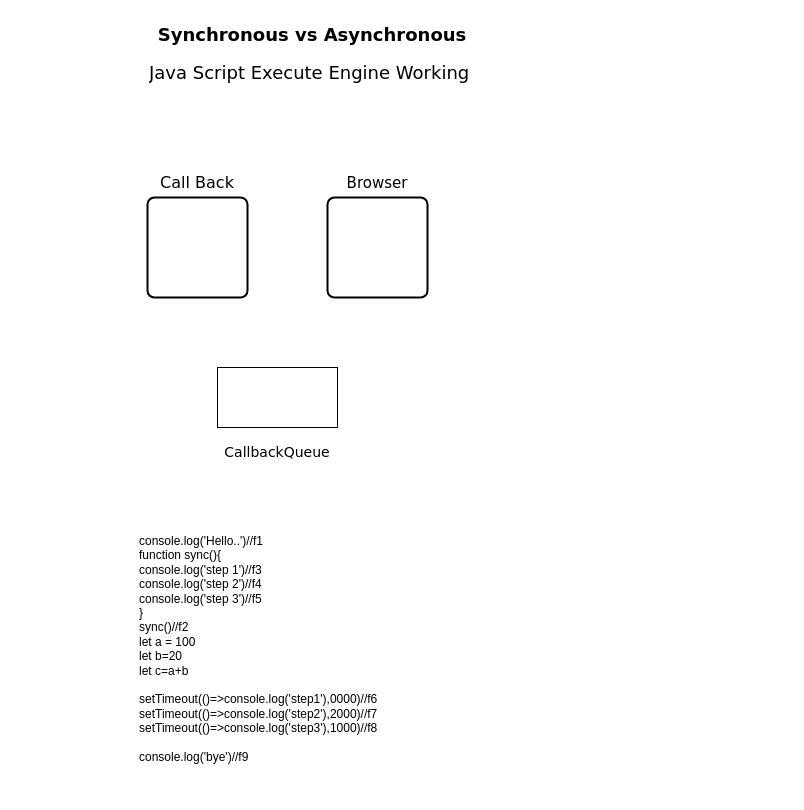
Above: synchronousVsAsynchronous/Untitled Diagram.drawio in varghese25/javascript_pro (draw.io), before the change. Source tidied: cells renumbered, new cells numbered last; positions are measured from the earlier drawing's top-left corner, leaving out a move shared by most shapes. Both pictures are drawn from the tidied source at 100%, with x=0, y=0 at pixel (107, 17).
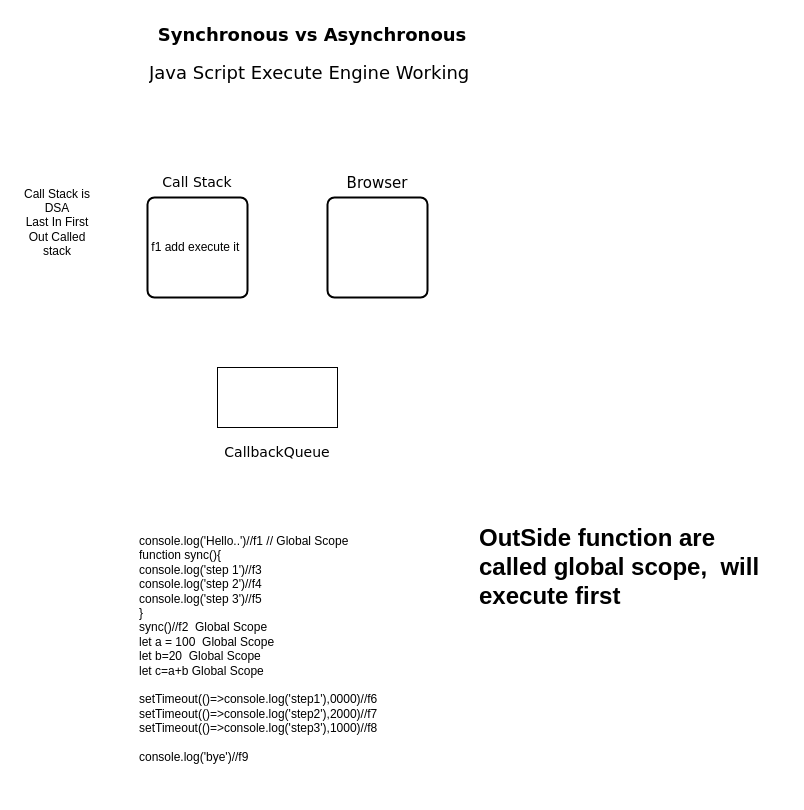
Above is the later version.

Diff of the diagram source:
```diff
@@
 <mxGraphModel>
   <root>
     <mxCell id="0" />
     <mxCell id="1" parent="0" />
-    <mxCell id="2" style="rounded=1;whiteSpace=wrap;html=1;absoluteArcSize=1;arcSize=14;strokeWidth=2;" parent="1" vertex="1">
+    <mxCell id="2" value="f1 add execute it&amp;nbsp;" style="rounded=1;whiteSpace=wrap;html=1;absoluteArcSize=1;arcSize=14;strokeWidth=2;" parent="1" vertex="1">
       <mxGeometry x="40" y="180" width="100" height="100" as="geometry" />
     </mxCell>
     <mxCell id="3" style="rounded=1;whiteSpace=wrap;html=1;absoluteArcSize=1;arcSize=14;strokeWidth=2;" parent="1" vertex="1">
       <mxGeometry x="220" y="180" width="100" height="100" as="geometry" />
     </mxCell>
     <mxCell id="4" style="rounded=0;whiteSpace=wrap;html=1;labelBackgroundColor=none;fontStyle=0;" parent="1" vertex="1">
       <mxGeometry x="110" y="350" width="120" height="60" as="geometry" />
     </mxCell>
-    <mxCell id="5" value="Call Back" style="text;html=1;align=center;verticalAlign=middle;whiteSpace=wrap;rounded=0;fontSize=16;fontFamily=Verdana;" parent="1" vertex="1">
+    <mxCell id="5" value="Call Stack" style="text;html=1;align=center;verticalAlign=middle;whiteSpace=wrap;rounded=0;fontSize=14;fontFamily=Verdana;" parent="1" vertex="1">
       <mxGeometry x="50" y="150" width="80" height="30" as="geometry" />
     </mxCell>
     <mxCell id="6" value="&lt;h4 style=&quot;margin-top: 0px;&quot;&gt;&lt;font style=&quot;font-size: 18px;&quot; face=&quot;Verdana&quot;&gt;Synchronous vs Asynchronous&lt;/font&gt;&lt;/h4&gt;&lt;div&gt;&lt;font style=&quot;font-size: 18px;&quot; face=&quot;Verdana&quot;&gt;Java Script Execute Engine Working&amp;nbsp;&lt;/font&gt;&lt;/div&gt;" style="text;html=1;whiteSpace=wrap;overflow=hidden;rounded=0;align=center;" parent="1" vertex="1">
       <mxGeometry width="410" height="100" as="geometry" />
     </mxCell>
     <mxCell id="7" value="Browser" style="text;html=1;align=center;verticalAlign=middle;whiteSpace=wrap;rounded=0;fontSize=15;fontFamily=Verdana;" parent="1" vertex="1">
       <mxGeometry x="230" y="150" width="80" height="30" as="geometry" />
     </mxCell>
     <mxCell id="8" value="CallbackQueue" style="text;html=1;align=center;verticalAlign=middle;whiteSpace=wrap;rounded=0;fontSize=14;fontFamily=Verdana;" parent="1" vertex="1">
       <mxGeometry x="120" y="420" width="100" height="30" as="geometry" />
     </mxCell>
-    <mxCell id="9" value="&lt;span style=&quot;background-color: light-dark(#ffffff, var(--ge-dark-color, #121212));&quot;&gt;console.log('Hello..')//f1&lt;br&gt;function sync(){&lt;br&gt;    console.log('step 1')//f3&lt;br&gt;    console.log('step 2')//f4&lt;br&gt;    console.log('step 3')//f5&lt;br&gt;}&lt;br&gt;sync()//f2&lt;br&gt;let a = 100&lt;br&gt;let b=20&lt;br&gt;let c=a+b&lt;br&gt;&lt;br&gt;setTimeout(()=&amp;gt;console.log('step1'),0000)//f6&lt;br&gt;setTimeout(()=&amp;gt;console.log('step2'),2000)//f7&lt;br&gt;setTimeout(()=&amp;gt;console.log('step3'),1000)//f8&lt;br&gt;&lt;br&gt;console.log('bye')//f9&lt;/span&gt;" style="text;html=1;align=left;verticalAlign=top;whiteSpace=wrap;rounded=0;" parent="1" vertex="1">
+    <mxCell id="9" value="&lt;span style=&quot;background-color: light-dark(#ffffff, var(--ge-dark-color, #121212));&quot;&gt;console.log('Hello..')//f1 // Global Scope&lt;br&gt;function sync(){&amp;nbsp;&lt;/span&gt;&lt;span style=&quot;background-color: rgb(255, 255, 255);&quot;&gt;&amp;nbsp;&lt;/span&gt;&lt;div&gt;&lt;span style=&quot;background-color: light-dark(#ffffff, var(--ge-dark-color, #121212));&quot;&gt;console.log('step 1')//f3&lt;br&gt;    console.log('step 2')//f4&lt;br&gt;    console.log('step 3')//f5&lt;br&gt;}&lt;br&gt;sync()//f2&amp;nbsp;&lt;/span&gt;&lt;span style=&quot;background-color: rgb(255, 255, 255);&quot;&gt;&amp;nbsp;Global Scope&lt;/span&gt;&lt;span style=&quot;background-color: light-dark(#ffffff, var(--ge-dark-color, #121212));&quot;&gt;&lt;br&gt;let a = 100&amp;nbsp;&lt;/span&gt;&lt;span style=&quot;background-color: rgb(255, 255, 255);&quot;&gt;&amp;nbsp;Global Scope&lt;/span&gt;&lt;span style=&quot;background-color: light-dark(#ffffff, var(--ge-dark-color, #121212));&quot;&gt;&lt;br&gt;let b=20&amp;nbsp;&lt;/span&gt;&lt;span style=&quot;background-color: rgb(255, 255, 255);&quot;&gt;&amp;nbsp;Global Scope&lt;/span&gt;&lt;span style=&quot;background-color: light-dark(#ffffff, var(--ge-dark-color, #121212));&quot;&gt;&lt;br&gt;let c=a+b&lt;/span&gt;&lt;span style=&quot;background-color: rgb(255, 255, 255);&quot;&gt;&amp;nbsp;Global Scope&lt;/span&gt;&lt;span style=&quot;background-color: light-dark(#ffffff, var(--ge-dark-color, #121212));&quot;&gt;&lt;br&gt;&lt;br&gt;setTimeout(()=&amp;gt;console.log('step1'),0000)//f6&lt;br&gt;setTimeout(()=&amp;gt;console.log('step2'),2000)//f7&lt;br&gt;setTimeout(()=&amp;gt;console.log('step3'),1000)//f8&lt;br&gt;&lt;br&gt;console.log('bye')//f9&lt;/span&gt;&lt;div&gt;&lt;span style=&quot;background-color: light-dark(#ffffff, var(--ge-dark-color, #121212));&quot;&gt;&lt;br&gt;&lt;/span&gt;&lt;/div&gt;&lt;div&gt;&lt;span style=&quot;background-color: light-dark(#ffffff, var(--ge-dark-color, #121212));&quot;&gt;&lt;br&gt;&lt;/span&gt;&lt;/div&gt;&lt;/div&gt;" style="text;html=1;align=left;verticalAlign=top;whiteSpace=wrap;rounded=0;" parent="1" vertex="1">
       <mxGeometry x="30" y="510" width="490" height="240" as="geometry" />
     </mxCell>
+    <mxCell id="10" value="Call Stack is DSA&lt;br&gt;Last In First Out Called stack" style="text;html=1;align=center;verticalAlign=middle;whiteSpace=wrap;rounded=0;" parent="1" vertex="1">
+      <mxGeometry x="-90" y="160" width="80" height="90" as="geometry" />
+    </mxCell>
+    <mxCell id="11" value="&lt;h1 style=&quot;margin-top: 0px;&quot;&gt;OutSide function are called global scope,&amp;nbsp; will execute first&lt;/h1&gt;" style="text;html=1;whiteSpace=wrap;overflow=hidden;rounded=0;" parent="1" vertex="1">
+      <mxGeometry x="370" y="500" width="310" height="180" as="geometry" />
+    </mxCell>
   </root>
 </mxGraphModel>
```
